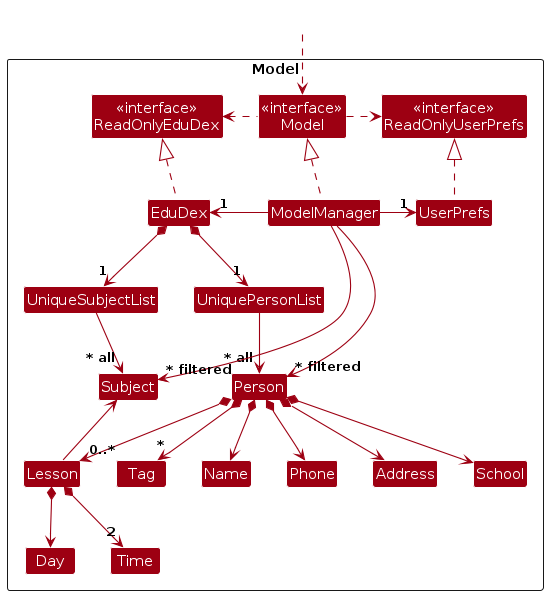
Above: diagrams/ModelClassDiagram.png in AY2526S1-CS2103T-T12-1/tp (PlantUML), before the change. Its source is kept beside it as diagrams/ModelClassDiagram.puml. Source of this version:
```plantuml
@startuml
!include style.puml
skinparam arrowThickness 1.1
skinparam arrowColor MODEL_COLOR
skinparam classBackgroundColor MODEL_COLOR

Package Model as ModelPackage <<Rectangle>>{
Class "<<interface>>\nReadOnlyEduDex" as ReadOnlyEduDex
Class "<<interface>>\nReadOnlyUserPrefs" as ReadOnlyUserPrefs
Class "<<interface>>\nModel" as Model
Class EduDex
Class ModelManager
Class UserPrefs

Class UniquePersonList
Class Person
Class Address
Class School
Class Name
Class Phone
Class Tag
Class Lesson
Class Day
Class Time

Class UniqueSubjectList
Class Subject

Class I #FFFFFF
}

Class HiddenOutside #FFFFFF
HiddenOutside ..> Model

EduDex .up.|> ReadOnlyEduDex

ModelManager .up.|> Model
Model .right.> ReadOnlyUserPrefs
Model .left.> ReadOnlyEduDex
ModelManager -left-> "1" EduDex
ModelManager -right-> "1" UserPrefs
UserPrefs .up.|> ReadOnlyUserPrefs

EduDex *--> "1" UniquePersonList
EduDex *--> "1" UniqueSubjectList

UniquePersonList --> "~* all" Person
UniqueSubjectList --> "~* all" Subject

Person *--> Name
Person *--> Phone
Person *--> School
Person *--> Address
Person *--> "*" Tag
Person *--> "0..*" Lesson

Lesson *--> Day
Lesson *--> "2" Time
Lesson --> Subject

UniquePersonList -[hidden]right-> I
UniqueSubjectList -[hidden]right-> I
Subject -[hidden]right-> Person

Name -[hidden]right-> Phone
Phone -[hidden]right-> Address

ModelManager --> "~* filtered" Person
ModelManager --> "~* filtered" Subject
@enduml
```
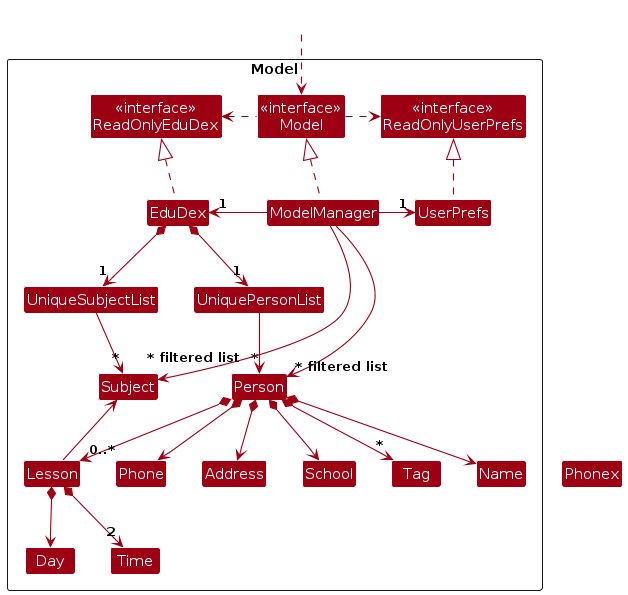
The same file after the commit.

What changed in the source:
```diff
@@ -44,8 +44,8 @@
 EduDex *--> "1" UniquePersonList
 EduDex *--> "1" UniqueSubjectList
 
-UniquePersonList --> "~* all" Person
-UniqueSubjectList --> "~* all" Subject
+UniquePersonList --> "~*" Person
+UniqueSubjectList --> "~*" Subject
 
 Person *--> Name
 Person *--> Phone
@@ -62,9 +62,9 @@
 UniqueSubjectList -[hidden]right-> I
 Subject -[hidden]right-> Person
 
-Name -[hidden]right-> Phone
+Name -[hidden]right-> Phonex
 Phone -[hidden]right-> Address
 
-ModelManager --> "~* filtered" Person
-ModelManager --> "~* filtered" Subject
+ModelManager --> "~* filtered list" Person
+ModelManager --> "~* filtered list" Subject
 @enduml
```
